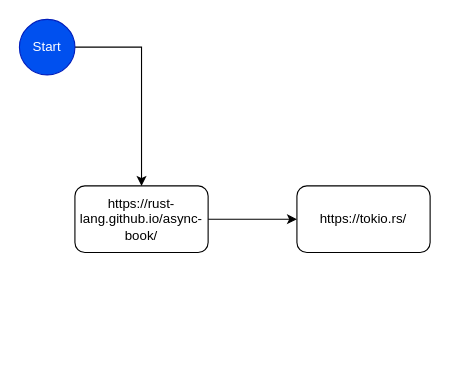
This is page "Writing Library" (2 of 3) of learning_roadmap.drawio from gftea/rust_lang_notes, a draw.io file, before an edit. Source tidied: cells renumbered, new cells numbered last; positions are measured from the earlier drawing's top-left corner, leaving out a move shared by most shapes. Both pictures are drawn from the tidied source at 111%, with x=0, y=0 at pixel (19, 19).
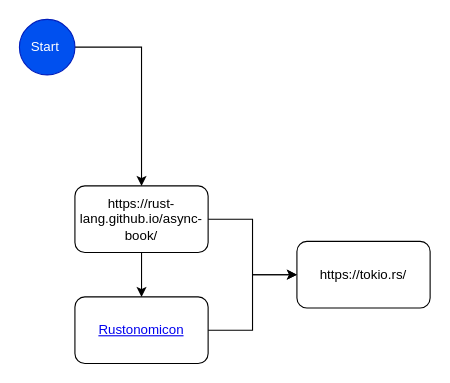
After the change.

Change to the diagram source:
```diff
@@
 <mxGraphModel>
   <root>
     <mxCell id="0" />
     <mxCell id="1" parent="0" />
     <mxCell id="2" style="edgeStyle=orthogonalEdgeStyle;rounded=0;jettySize=auto;html=1;exitX=1;exitY=0.5;exitDx=0;exitDy=0;" parent="1" edge="1" source="5" target="4">
       <mxGeometry relative="1" as="geometry" />
     </mxCell>
     <mxCell id="3" style="edgeStyle=orthogonalEdgeStyle;rounded=0;jettySize=auto;html=1;exitX=1;exitY=0.5;exitDx=0;exitDy=0;" parent="1" edge="1" source="6" target="5">
       <mxGeometry relative="1" as="geometry" />
     </mxCell>
     <mxCell id="4" value="https://tokio.rs/" style="rounded=1;whiteSpace=wrap;html=1;" parent="1" vertex="1">
-      <mxGeometry x="250" y="150" width="120" height="60" as="geometry" />
+      <mxGeometry x="250" y="200" width="120" height="60" as="geometry" />
     </mxCell>
+    <mxCell id="7" style="edgeStyle=orthogonalEdgeStyle;rounded=0;jettySize=auto;html=1;" parent="1" edge="1" source="5" target="9">
+      <mxGeometry relative="1" as="geometry" />
+    </mxCell>
     <mxCell id="5" value="https://rust-lang.github.io/async-book/" style="rounded=1;whiteSpace=wrap;html=1;" parent="1" vertex="1">
       <mxGeometry x="50" y="150" width="120" height="60" as="geometry" />
     </mxCell>
-    <mxCell id="6" value="Start" style="ellipse;whiteSpace=wrap;html=1;fillColor=#0050ef;fontColor=#ffffff;strokeColor=#001DBC;" parent="1" vertex="1">
+    <mxCell id="6" value="Start&amp;nbsp;" style="ellipse;whiteSpace=wrap;html=1;fillColor=#0050ef;fontColor=#ffffff;strokeColor=#001DBC;" parent="1" vertex="1">
       <mxGeometry width="50" height="50" as="geometry" />
     </mxCell>
+    <mxCell id="8" style="edgeStyle=orthogonalEdgeStyle;rounded=0;jettySize=auto;html=1;entryX=0;entryY=0.5;entryDx=0;entryDy=0;" parent="1" edge="1" source="9" target="4">
+      <mxGeometry relative="1" as="geometry" />
+    </mxCell>
+    <mxCell id="9" value="&lt;a href=&quot;https://doc.rust-lang.org/nomicon/&quot; style=&quot;&quot;&gt;Rustonomicon&lt;/a&gt;" style="whiteSpace=wrap;html=1;rounded=1;" parent="1" vertex="1">
+      <mxGeometry x="50" y="250" width="120" height="60" as="geometry" />
+    </mxCell>
   </root>
 </mxGraphModel>
```
